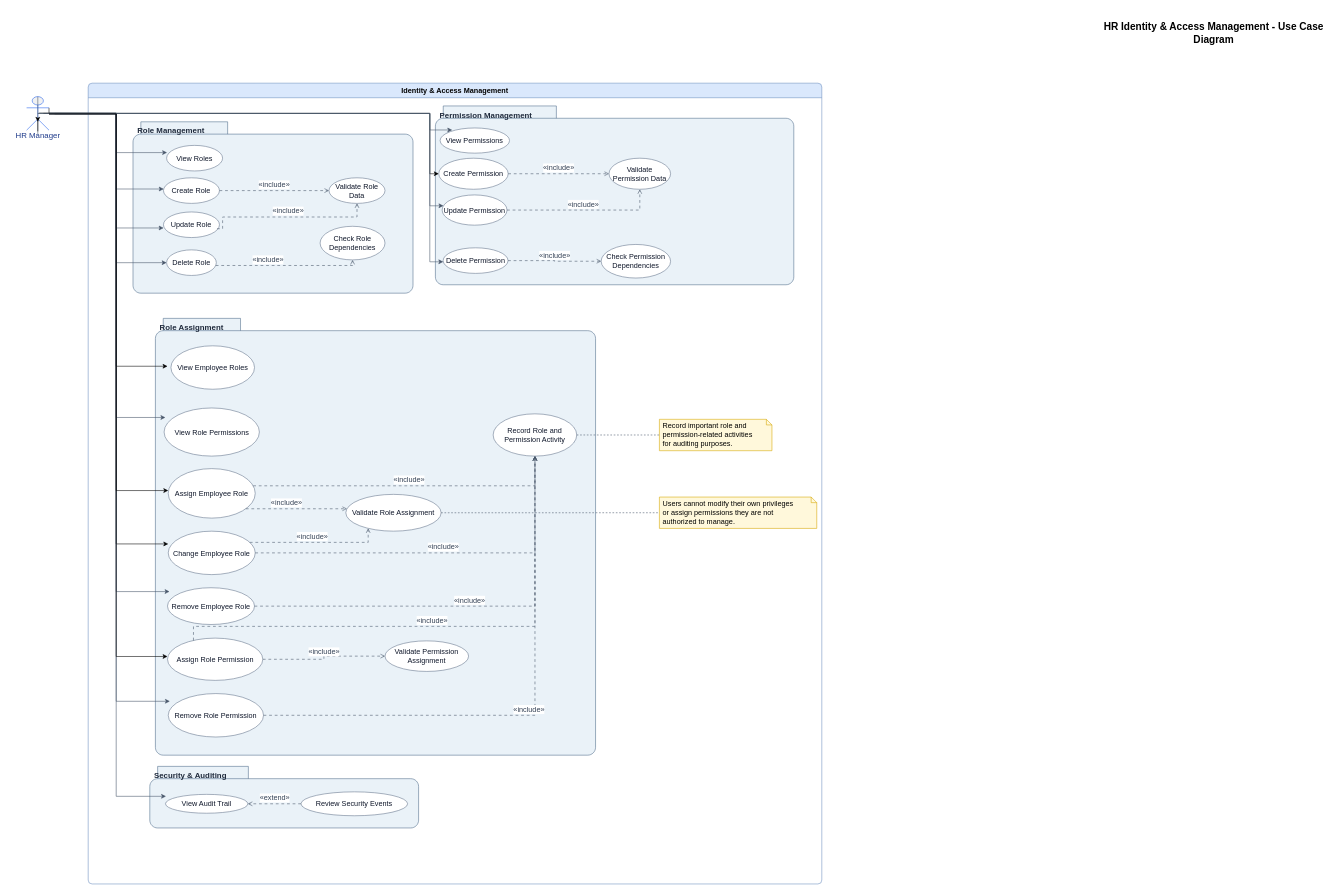
Before: Identity&AccessManagement.drawio in Graduation-Project-Norway/Documentations, a draw.io diagram. Source tidied: cells renumbered, new cells numbered last; positions are measured from the earlier drawing's top-left corner, leaving out a move shared by most shapes. Both pictures are drawn from the tidied source at 56%, with x=0, y=0 at pixel (10, 10).
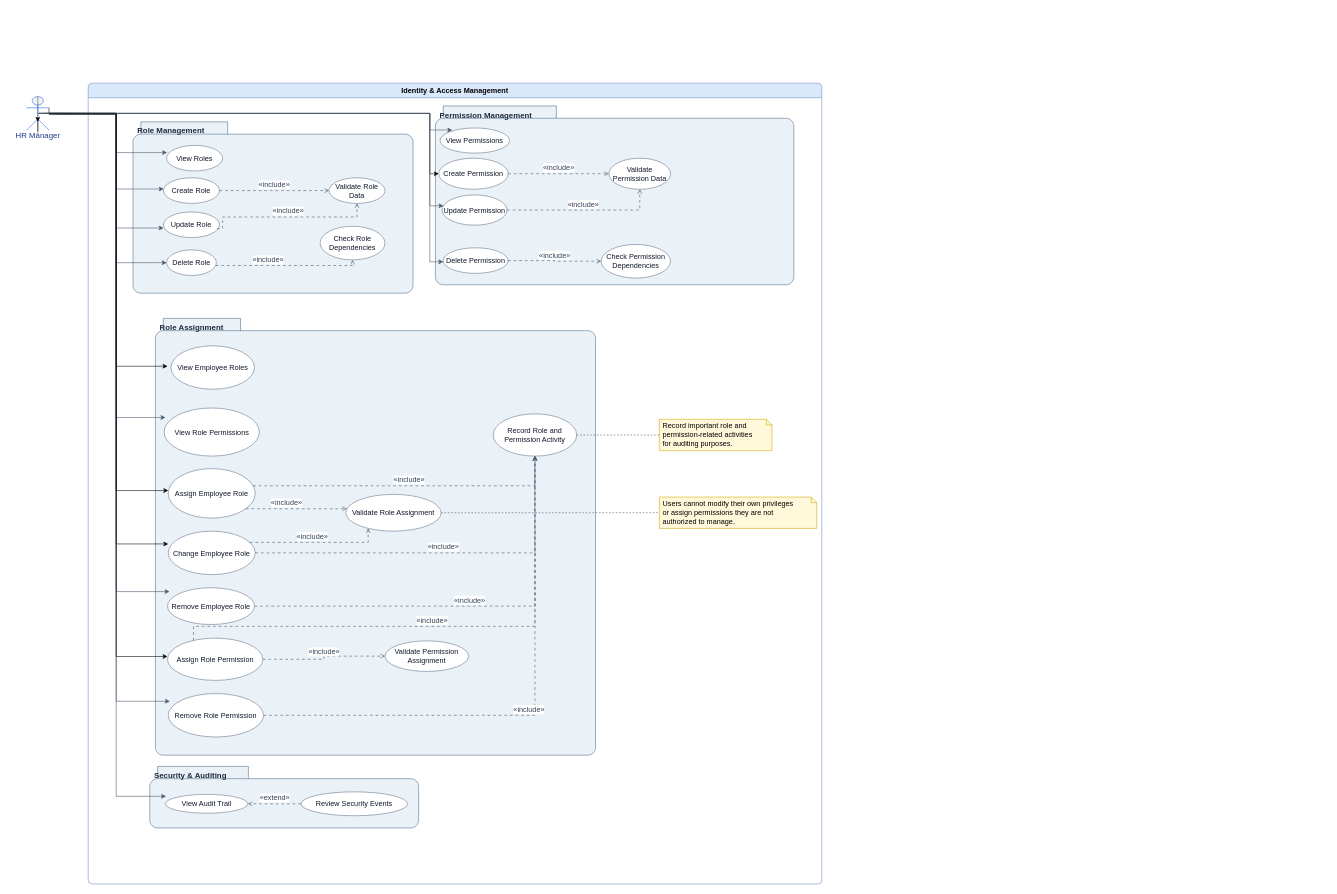
The same page after the edit.

Unchanged cells that the change refers to:
```xml
<mxCell id="2" style="group;transparentBounds=1;editIcon=1;lockedGroup=0;groupPadding=10;" parent="1" vertex="1">
  <mxGeometry as="geometry" />
</mxCell>
```

The edit, as a diff of the source:
```diff
@@
-    <mxCell id="66" value="HR Identity &amp;amp; Access Management - Use Case Diagram" style="text;html=1;fillColor=none;strokeColor=none;fontSize=18;fontStyle=1;fontColor=#000000;align=center;verticalAlign=middle;whiteSpace=wrap;" parent="2" vertex="1">
-      <mxGeometry x="1946.5" y="30" width="406" height="24" as="geometry" />
-    </mxCell>
```
